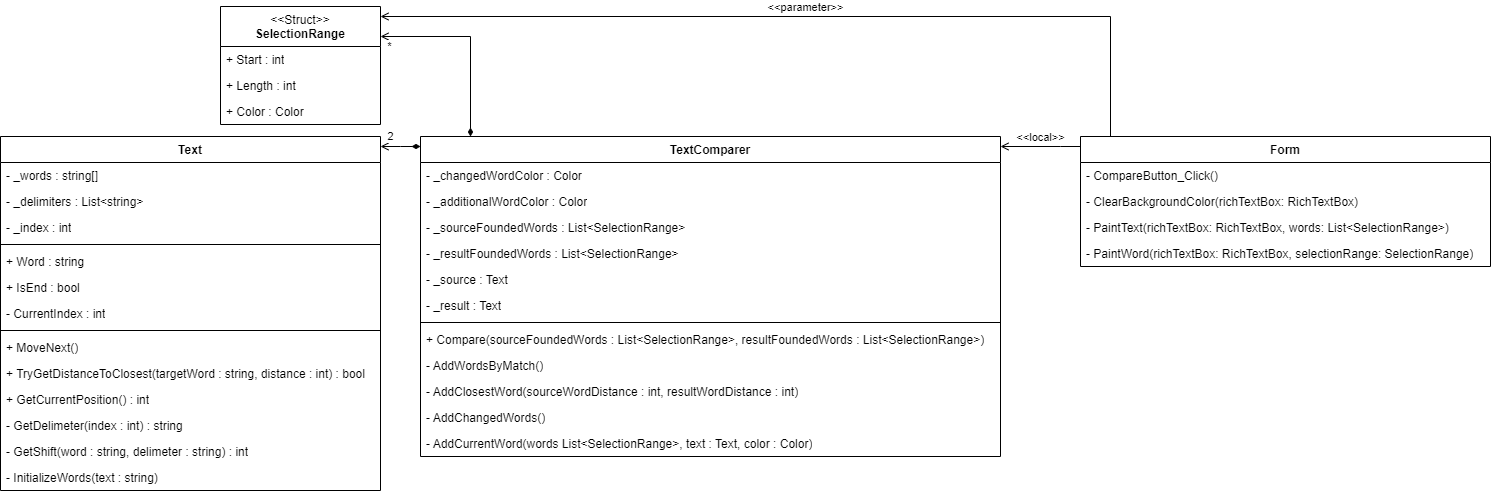
Earlier version of the draw.io export ComparingTexts/Comparer.drawio.png (Sterlios/SortUniqNumbers). Source tidied: cells renumbered, new cells last; positions are measured from the earlier drawing's top-left corner, leaving out a move shared by most shapes. Its diagram source:
```xml
<mxGraphModel>
  <root>
    <mxCell id="0" />
    <mxCell id="1" parent="0" />
    <mxCell id="2" value="Text" style="swimlane;fontStyle=1;align=center;verticalAlign=top;horizontal=1;startSize=26;whiteSpace=wrap;html=1;" parent="1" vertex="1">
      <mxGeometry y="130" width="380" height="354" as="geometry" />
    </mxCell>
    <mxCell id="3" value="-&amp;nbsp;_words : string[]" style="text;strokeColor=none;fillColor=none;align=left;verticalAlign=top;spacingLeft=4;spacingRight=4;overflow=hidden;whiteSpace=wrap;html=1;" parent="2" vertex="1">
      <mxGeometry y="26" width="380" height="26" as="geometry" />
    </mxCell>
    <mxCell id="4" value="-&amp;nbsp;_delimiters : List&amp;lt;string&amp;gt;" style="text;strokeColor=none;fillColor=none;align=left;verticalAlign=top;spacingLeft=4;spacingRight=4;overflow=hidden;whiteSpace=wrap;html=1;" parent="2" vertex="1">
      <mxGeometry y="52" width="380" height="26" as="geometry" />
    </mxCell>
    <mxCell id="5" value="-&amp;nbsp;_index : int" style="text;strokeColor=none;fillColor=none;align=left;verticalAlign=top;spacingLeft=4;spacingRight=4;overflow=hidden;whiteSpace=wrap;html=1;" parent="2" vertex="1">
      <mxGeometry y="78" width="380" height="26" as="geometry" />
    </mxCell>
    <mxCell id="6" style="line;strokeWidth=1;fillColor=none;align=left;verticalAlign=middle;spacingTop=-1;spacingLeft=3;spacingRight=3;labelPosition=right;strokeColor=inherit;" parent="2" vertex="1">
      <mxGeometry y="104" width="380" height="8" as="geometry" />
    </mxCell>
    <mxCell id="7" value="+ Word : string" style="text;strokeColor=none;fillColor=none;align=left;verticalAlign=top;spacingLeft=4;spacingRight=4;overflow=hidden;whiteSpace=wrap;html=1;" parent="2" vertex="1">
      <mxGeometry y="112" width="380" height="26" as="geometry" />
    </mxCell>
    <mxCell id="8" value="+ IsEnd : bool" style="text;strokeColor=none;fillColor=none;align=left;verticalAlign=top;spacingLeft=4;spacingRight=4;overflow=hidden;whiteSpace=wrap;html=1;" parent="2" vertex="1">
      <mxGeometry y="138" width="380" height="26" as="geometry" />
    </mxCell>
    <mxCell id="9" value="- CurrentIndex : int" style="text;strokeColor=none;fillColor=none;align=left;verticalAlign=top;spacingLeft=4;spacingRight=4;overflow=hidden;whiteSpace=wrap;html=1;" parent="2" vertex="1">
      <mxGeometry y="164" width="380" height="26" as="geometry" />
    </mxCell>
    <mxCell id="10" style="line;strokeWidth=1;fillColor=none;align=left;verticalAlign=middle;spacingTop=-1;spacingLeft=3;spacingRight=3;labelPosition=right;strokeColor=inherit;" parent="2" vertex="1">
      <mxGeometry y="190" width="380" height="8" as="geometry" />
    </mxCell>
    <mxCell id="11" value="+ MoveNext()" style="text;strokeColor=none;fillColor=none;align=left;verticalAlign=top;spacingLeft=4;spacingRight=4;overflow=hidden;whiteSpace=wrap;html=1;" parent="2" vertex="1">
      <mxGeometry y="198" width="380" height="26" as="geometry" />
    </mxCell>
    <mxCell id="12" value="+ TryGetDistanceToClosest(targetWord : string, distance : int) : bool" style="text;strokeColor=none;fillColor=none;align=left;verticalAlign=top;spacingLeft=4;spacingRight=4;overflow=hidden;whiteSpace=wrap;html=1;" parent="2" vertex="1">
      <mxGeometry y="224" width="380" height="26" as="geometry" />
    </mxCell>
    <mxCell id="13" value="+ GetCurrentPosition() : int" style="text;strokeColor=none;fillColor=none;align=left;verticalAlign=top;spacingLeft=4;spacingRight=4;overflow=hidden;whiteSpace=wrap;html=1;" parent="2" vertex="1">
      <mxGeometry y="250" width="380" height="26" as="geometry" />
    </mxCell>
    <mxCell id="14" value="- GetDelimeter(index : int) :&amp;nbsp;string" style="text;strokeColor=none;fillColor=none;align=left;verticalAlign=top;spacingLeft=4;spacingRight=4;overflow=hidden;whiteSpace=wrap;html=1;" parent="2" vertex="1">
      <mxGeometry y="276" width="380" height="26" as="geometry" />
    </mxCell>
    <mxCell id="15" value="- GetShift(word : string, delimeter : string) :&amp;nbsp;int" style="text;strokeColor=none;fillColor=none;align=left;verticalAlign=top;spacingLeft=4;spacingRight=4;overflow=hidden;whiteSpace=wrap;html=1;" parent="2" vertex="1">
      <mxGeometry y="302" width="380" height="26" as="geometry" />
    </mxCell>
    <mxCell id="16" value="- InitializeWords(text : string)" style="text;strokeColor=none;fillColor=none;align=left;verticalAlign=top;spacingLeft=4;spacingRight=4;overflow=hidden;whiteSpace=wrap;html=1;" parent="2" vertex="1">
      <mxGeometry y="328" width="380" height="26" as="geometry" />
    </mxCell>
    <mxCell id="17" value="*" style="edgeStyle=orthogonalEdgeStyle;rounded=0;jettySize=auto;html=1;endArrow=open;endFill=0;startArrow=diamondThin;startFill=1;" parent="1" edge="1" source="19" target="39">
      <mxGeometry x="0.91" y="10" relative="1" as="geometry">
        <Array as="points">
          <mxPoint x="470" y="30" />
        </Array>
      </mxGeometry>
    </mxCell>
    <mxCell id="18" value="2" style="edgeStyle=orthogonalEdgeStyle;rounded=0;jettySize=auto;html=1;endArrow=open;endFill=0;startArrow=diamondThin;startFill=1;" parent="1" edge="1" source="19" target="2">
      <mxGeometry x="0.5" y="-10" relative="1" as="geometry">
        <Array as="points">
          <mxPoint x="400" y="140" />
          <mxPoint x="400" y="140" />
        </Array>
      </mxGeometry>
    </mxCell>
    <mxCell id="19" value="TextComparer" style="swimlane;fontStyle=1;align=center;verticalAlign=top;horizontal=1;startSize=26;whiteSpace=wrap;html=1;" parent="1" vertex="1">
      <mxGeometry x="420" y="130" width="580" height="320" as="geometry" />
    </mxCell>
    <mxCell id="20" value="- _changedWordColor : Color" style="text;strokeColor=none;fillColor=none;align=left;verticalAlign=top;spacingLeft=4;spacingRight=4;overflow=hidden;whiteSpace=wrap;html=1;" parent="19" vertex="1">
      <mxGeometry y="26" width="580" height="26" as="geometry" />
    </mxCell>
    <mxCell id="21" value="- _additionalWordColor : Color" style="text;strokeColor=none;fillColor=none;align=left;verticalAlign=top;spacingLeft=4;spacingRight=4;overflow=hidden;whiteSpace=wrap;html=1;" parent="19" vertex="1">
      <mxGeometry y="52" width="580" height="26" as="geometry" />
    </mxCell>
    <mxCell id="22" value="- _sourceFoundedWords : List&amp;lt;SelectionRange&amp;gt;" style="text;strokeColor=none;fillColor=none;align=left;verticalAlign=top;spacingLeft=4;spacingRight=4;overflow=hidden;whiteSpace=wrap;html=1;" parent="19" vertex="1">
      <mxGeometry y="78" width="580" height="26" as="geometry" />
    </mxCell>
    <mxCell id="23" value="- _resultFoundedWords : List&amp;lt;SelectionRange&amp;gt;" style="text;strokeColor=none;fillColor=none;align=left;verticalAlign=top;spacingLeft=4;spacingRight=4;overflow=hidden;whiteSpace=wrap;html=1;" parent="19" vertex="1">
      <mxGeometry y="104" width="580" height="26" as="geometry" />
    </mxCell>
    <mxCell id="24" value="- _source : Text" style="text;strokeColor=none;fillColor=none;align=left;verticalAlign=top;spacingLeft=4;spacingRight=4;overflow=hidden;whiteSpace=wrap;html=1;" parent="19" vertex="1">
      <mxGeometry y="130" width="580" height="26" as="geometry" />
    </mxCell>
    <mxCell id="25" value="- _result : Text" style="text;strokeColor=none;fillColor=none;align=left;verticalAlign=top;spacingLeft=4;spacingRight=4;overflow=hidden;whiteSpace=wrap;html=1;" parent="19" vertex="1">
      <mxGeometry y="156" width="580" height="26" as="geometry" />
    </mxCell>
    <mxCell id="26" style="line;strokeWidth=1;fillColor=none;align=left;verticalAlign=middle;spacingTop=-1;spacingLeft=3;spacingRight=3;labelPosition=right;strokeColor=inherit;" parent="19" vertex="1">
      <mxGeometry y="182" width="580" height="8" as="geometry" />
    </mxCell>
    <mxCell id="27" value="+&amp;nbsp;Compare(sourceFoundedWords : List&amp;lt;SelectionRange&amp;gt;, resultFoundedWords : List&amp;lt;SelectionRange&amp;gt;)" style="text;strokeColor=none;fillColor=none;align=left;verticalAlign=top;spacingLeft=4;spacingRight=4;overflow=hidden;whiteSpace=wrap;html=1;" parent="19" vertex="1">
      <mxGeometry y="190" width="580" height="26" as="geometry" />
    </mxCell>
    <mxCell id="28" value="- AddWordsByMatch()" style="text;strokeColor=none;fillColor=none;align=left;verticalAlign=top;spacingLeft=4;spacingRight=4;overflow=hidden;whiteSpace=wrap;html=1;" parent="19" vertex="1">
      <mxGeometry y="216" width="580" height="26" as="geometry" />
    </mxCell>
    <mxCell id="29" value="- AddClosestWord(sourceWordDistance : int, resultWordDistance : int)" style="text;strokeColor=none;fillColor=none;align=left;verticalAlign=top;spacingLeft=4;spacingRight=4;overflow=hidden;whiteSpace=wrap;html=1;" parent="19" vertex="1">
      <mxGeometry y="242" width="580" height="26" as="geometry" />
    </mxCell>
    <mxCell id="30" value="- AddChangedWords()" style="text;strokeColor=none;fillColor=none;align=left;verticalAlign=top;spacingLeft=4;spacingRight=4;overflow=hidden;whiteSpace=wrap;html=1;" parent="19" vertex="1">
      <mxGeometry y="268" width="580" height="26" as="geometry" />
    </mxCell>
    <mxCell id="31" value="- AddCurrentWord(words List&amp;lt;SelectionRange&amp;gt;, text : Text, color : Color)" style="text;strokeColor=none;fillColor=none;align=left;verticalAlign=top;spacingLeft=4;spacingRight=4;overflow=hidden;whiteSpace=wrap;html=1;" parent="19" vertex="1">
      <mxGeometry y="294" width="580" height="26" as="geometry" />
    </mxCell>
    <mxCell id="32" value="&amp;lt;&amp;lt;local&amp;gt;&amp;gt;" style="edgeStyle=orthogonalEdgeStyle;rounded=0;jettySize=auto;html=1;endArrow=open;endFill=0;startArrow=none;startFill=0;labelPosition=center;verticalLabelPosition=top;align=center;verticalAlign=bottom;" parent="1" edge="1" source="34" target="19">
      <mxGeometry relative="1" as="geometry">
        <Array as="points">
          <mxPoint x="1060" y="140" />
          <mxPoint x="1060" y="140" />
        </Array>
      </mxGeometry>
    </mxCell>
    <mxCell id="33" value="&amp;lt;&amp;lt;parameter&amp;gt;&amp;gt;" style="edgeStyle=orthogonalEdgeStyle;rounded=0;jettySize=auto;html=1;endArrow=open;endFill=0;startArrow=none;startFill=0;labelPosition=center;verticalLabelPosition=top;align=center;verticalAlign=bottom;" parent="1" edge="1" source="34" target="39">
      <mxGeometry relative="1" as="geometry">
        <Array as="points">
          <mxPoint x="1110" y="10" />
        </Array>
      </mxGeometry>
    </mxCell>
    <mxCell id="34" value="Form" style="swimlane;fontStyle=1;align=center;verticalAlign=top;horizontal=1;startSize=26;whiteSpace=wrap;html=1;" parent="1" vertex="1">
      <mxGeometry x="1080" y="130" width="410" height="130" as="geometry" />
    </mxCell>
    <mxCell id="35" value="-&amp;nbsp;CompareButton_Click()" style="text;strokeColor=none;fillColor=none;align=left;verticalAlign=top;spacingLeft=4;spacingRight=4;overflow=hidden;whiteSpace=wrap;html=1;" parent="34" vertex="1">
      <mxGeometry y="26" width="410" height="26" as="geometry" />
    </mxCell>
    <mxCell id="36" value="-&amp;nbsp;ClearBackgroundColor(richTextBox: RichTextBox)" style="text;strokeColor=none;fillColor=none;align=left;verticalAlign=top;spacingLeft=4;spacingRight=4;overflow=hidden;whiteSpace=wrap;html=1;" parent="34" vertex="1">
      <mxGeometry y="52" width="410" height="26" as="geometry" />
    </mxCell>
    <mxCell id="37" value="-&amp;nbsp;PaintText(richTextBox: RichTextBox, words: List&amp;lt;SelectionRange&amp;gt;)" style="text;strokeColor=none;fillColor=none;align=left;verticalAlign=top;spacingLeft=4;spacingRight=4;overflow=hidden;whiteSpace=wrap;html=1;" parent="34" vertex="1">
      <mxGeometry y="78" width="410" height="26" as="geometry" />
    </mxCell>
    <mxCell id="38" value="-&amp;nbsp;PaintWord(richTextBox: RichTextBox, selectionRange: SelectionRange)" style="text;strokeColor=none;fillColor=none;align=left;verticalAlign=top;spacingLeft=4;spacingRight=4;overflow=hidden;whiteSpace=wrap;html=1;" parent="34" vertex="1">
      <mxGeometry y="104" width="410" height="26" as="geometry" />
    </mxCell>
    <mxCell id="39" value="&lt;span style=&quot;font-weight: normal;&quot;&gt;&amp;lt;&amp;lt;Struct&amp;gt;&amp;gt;&lt;/span&gt;&lt;br&gt;SelectionRange" style="swimlane;fontStyle=1;align=center;verticalAlign=top;horizontal=1;startSize=40;whiteSpace=wrap;html=1;" parent="1" vertex="1">
      <mxGeometry x="220" width="160" height="118" as="geometry" />
    </mxCell>
    <mxCell id="40" value="+ Start : int" style="text;strokeColor=none;fillColor=none;align=left;verticalAlign=top;spacingLeft=4;spacingRight=4;overflow=hidden;whiteSpace=wrap;html=1;" parent="39" vertex="1">
      <mxGeometry y="40" width="160" height="26" as="geometry" />
    </mxCell>
    <mxCell id="41" value="+ Length : int" style="text;strokeColor=none;fillColor=none;align=left;verticalAlign=top;spacingLeft=4;spacingRight=4;overflow=hidden;whiteSpace=wrap;html=1;" parent="39" vertex="1">
      <mxGeometry y="66" width="160" height="26" as="geometry" />
    </mxCell>
    <mxCell id="42" value="+ Color : Color" style="text;strokeColor=none;fillColor=none;align=left;verticalAlign=top;spacingLeft=4;spacingRight=4;overflow=hidden;whiteSpace=wrap;html=1;" parent="39" vertex="1">
      <mxGeometry y="92" width="160" height="26" as="geometry" />
    </mxCell>
  </root>
</mxGraphModel>
```
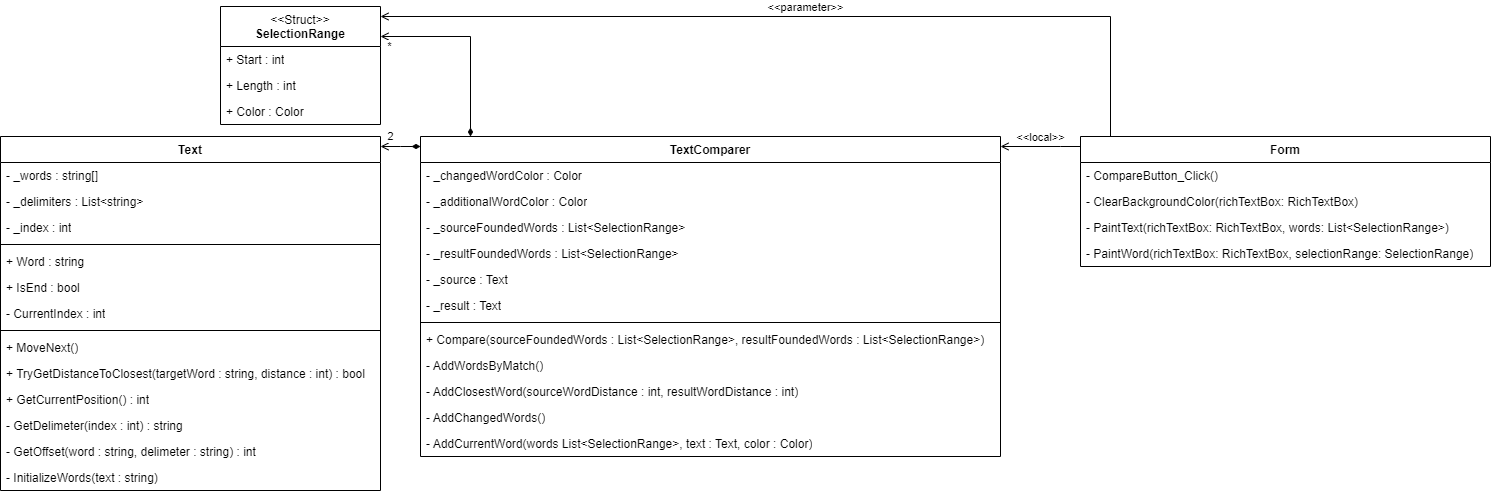
After the commit.

What changed in the source:
```diff
@@ -41,7 +41,7 @@
     <mxCell id="14" value="- GetDelimeter(index : int) :&amp;nbsp;string" style="text;strokeColor=none;fillColor=none;align=left;verticalAlign=top;spacingLeft=4;spacingRight=4;overflow=hidden;whiteSpace=wrap;html=1;" parent="2" vertex="1">
       <mxGeometry y="276" width="380" height="26" as="geometry" />
     </mxCell>
-    <mxCell id="15" value="- GetShift(word : string, delimeter : string) :&amp;nbsp;int" style="text;strokeColor=none;fillColor=none;align=left;verticalAlign=top;spacingLeft=4;spacingRight=4;overflow=hidden;whiteSpace=wrap;html=1;" parent="2" vertex="1">
+    <mxCell id="15" value="- GetOffset(word : string, delimeter : string) :&amp;nbsp;int" style="text;strokeColor=none;fillColor=none;align=left;verticalAlign=top;spacingLeft=4;spacingRight=4;overflow=hidden;whiteSpace=wrap;html=1;" parent="2" vertex="1">
       <mxGeometry y="302" width="380" height="26" as="geometry" />
     </mxCell>
     <mxCell id="16" value="- InitializeWords(text : string)" style="text;strokeColor=none;fillColor=none;align=left;verticalAlign=top;spacingLeft=4;spacingRight=4;overflow=hidden;whiteSpace=wrap;html=1;" parent="2" vertex="1">
```
